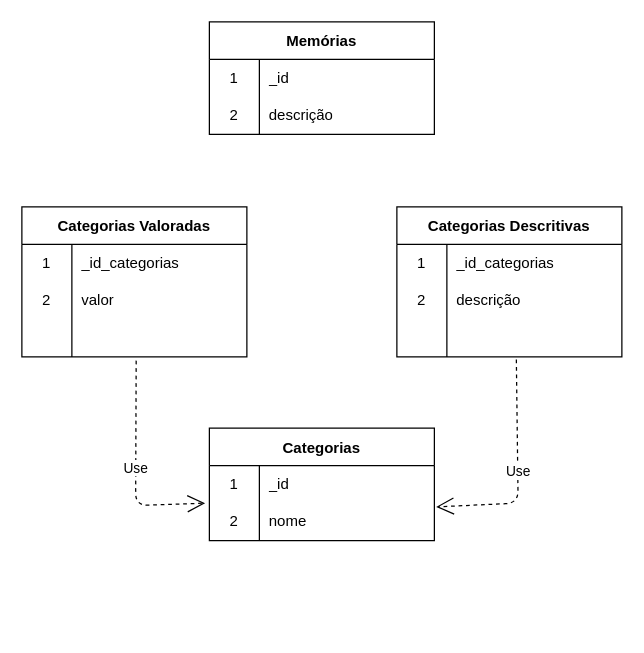
Above: docs/diagrama_de_dados_aurora.drawio in marvinho-tn/aurora (draw.io), before the change. Source tidied: cells renumbered, new cells numbered last; positions are measured from the earlier drawing's top-left corner, leaving out a move shared by most shapes. Both pictures are drawn from the tidied source at 125%, with x=0, y=0 at pixel (21, 21).
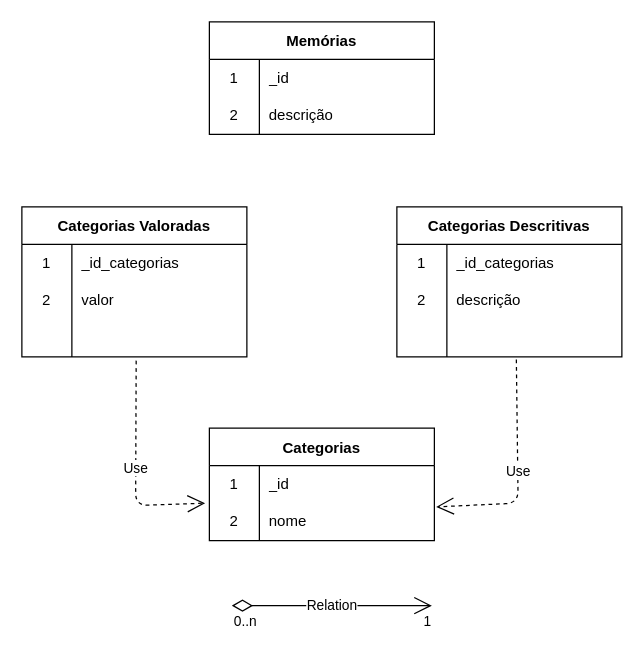
Above is the later version.

What changed in the source:
```diff
@@
+    <mxCell id="38" value="Relation" style="endArrow=open;html=1;endSize=12;startArrow=diamondThin;startSize=14;startFill=0;edgeStyle=orthogonalEdgeStyle;" parent="1" edge="1">
+      <mxGeometry relative="1" as="geometry">
+        <mxPoint x="168" y="467" as="sourcePoint" />
+        <mxPoint x="328" y="467" as="targetPoint" />
+      </mxGeometry>
+    </mxCell>
+    <mxCell id="39" value="0..n" style="edgeLabel;html=1;align=left;verticalAlign=top;" parent="38" vertex="1">
+      <mxGeometry x="-1" relative="1" as="geometry" />
+    </mxCell>
+    <mxCell id="40" value="1" style="edgeLabel;html=1;align=right;verticalAlign=top;" parent="38" vertex="1">
+      <mxGeometry x="1" relative="1" as="geometry" />
+    </mxCell>
```
